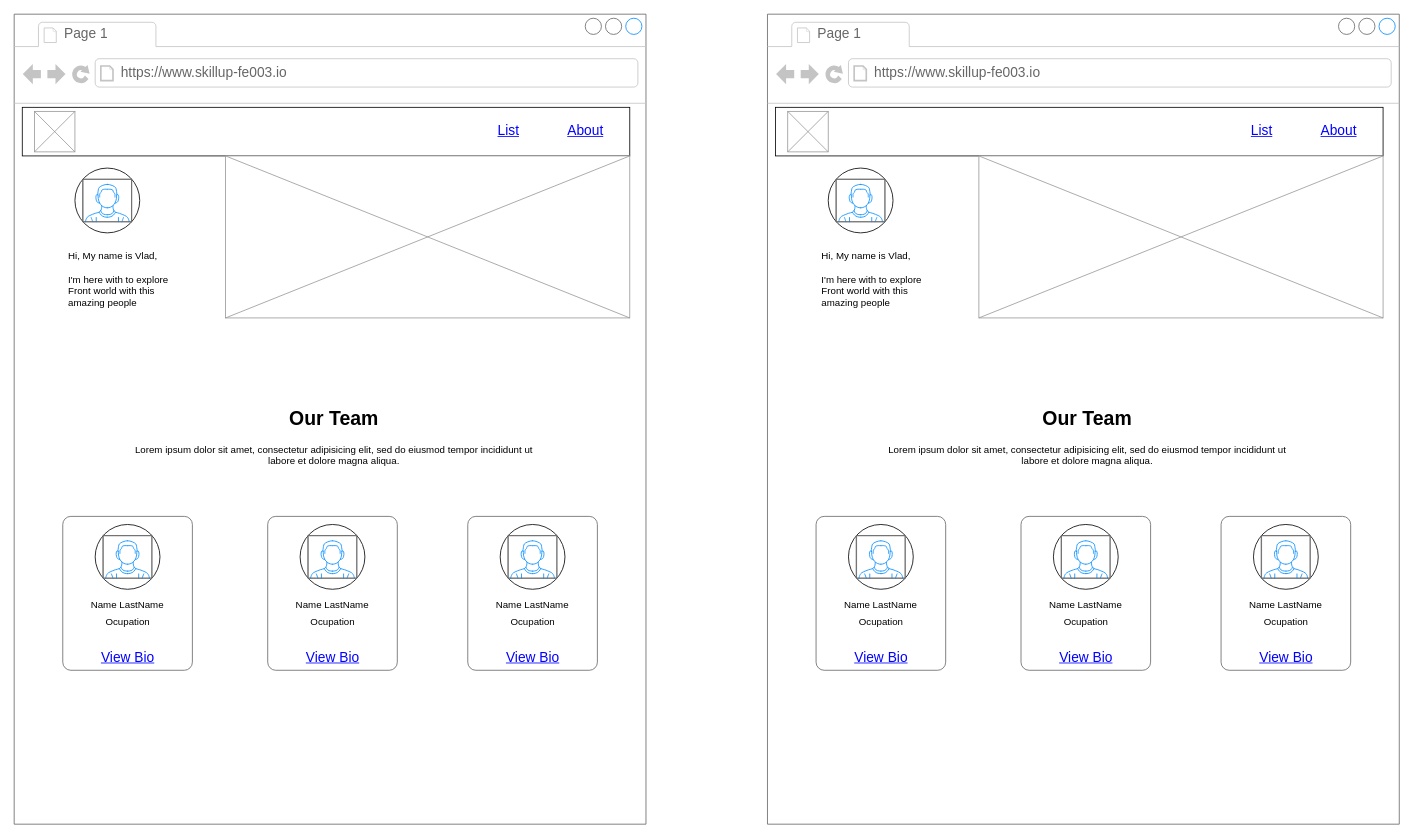
Above: Lesson-8/mock.drawio in dobrea-v/intro-fe (draw.io), before the change. Source tidied: cells renumbered, new cells numbered last; positions are measured from the earlier drawing's top-left corner, leaving out a move shared by most shapes. Both pictures are drawn from the tidied source at 81%, with x=0, y=0 at pixel (14, 14).
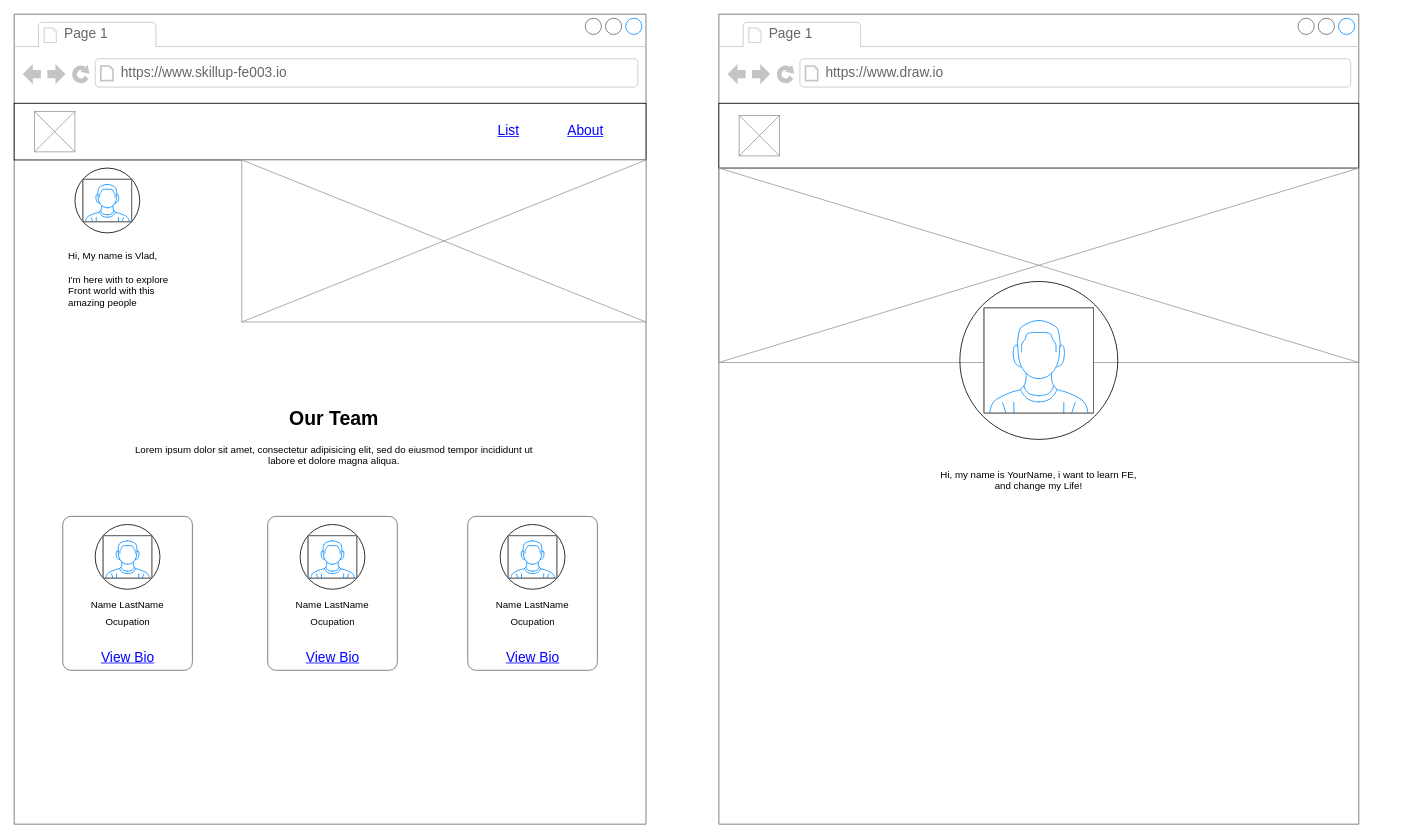
The same diagram, later.

Unchanged cells that the change refers to:
```xml
<mxCell id="2" style="strokeWidth=1;shadow=0;dashed=0;align=center;html=1;shape=mxgraph.mockup.containers.browserWindow;rSize=0;strokeColor=none;strokeColor2=#008cff;strokeColor3=#c4c4c4;mainText=,;fillColor=#ffffff;" parent="1" vertex="1">
  <mxGeometry width="780" height="1000" as="geometry" />
</mxCell>
```

Change to the diagram source:
```diff
@@
     <mxCell id="4" style="rounded=0;whiteSpace=wrap;html=1;" parent="2" vertex="1">
-      <mxGeometry x="10" y="115" width="750" height="60" as="geometry" />
+      <mxGeometry y="110" width="780" height="70" as="geometry" />
     </mxCell>
@@
     <mxCell id="7" style="verticalLabelPosition=bottom;shadow=0;dashed=0;align=center;html=1;verticalAlign=top;strokeWidth=1;shape=mxgraph.mockup.graphics.simpleIcon;strokeColor=#999999;" parent="2" vertex="1">
-      <mxGeometry x="261" y="175" width="499" height="200" as="geometry" />
+      <mxGeometry x="281" y="180" width="499" height="200" as="geometry" />
     </mxCell>
@@
-    <mxCell id="38" style="strokeWidth=1;shadow=0;dashed=0;align=center;html=1;shape=mxgraph.mockup.containers.browserWindow;rSize=0;strokeColor=none;strokeColor2=#008cff;strokeColor3=#c4c4c4;mainText=,;fillColor=#ffffff;" parent="1" vertex="1">
-      <mxGeometry x="930" width="780" height="1000" as="geometry" />
-    </mxCell>
-    <mxCell id="39" style="ellipse;whiteSpace=wrap;html=1;shadow=0;strokeColor=#000000;fillColor=#ffffff;" parent="38" vertex="1">
-      <mxGeometry x="75" y="190" width="80" height="80" as="geometry" />
-    </mxCell>
-    <mxCell id="40" style="rounded=0;whiteSpace=wrap;html=1;" parent="38" vertex="1">
-      <mxGeometry x="10" y="115" width="750" height="60" as="geometry" />
-    </mxCell>
+    <mxCell id="74" style="strokeWidth=1;shadow=0;dashed=0;align=center;html=1;shape=mxgraph.mockup.containers.browserWindow;rSize=0;strokeColor=#666666;strokeColor2=#008cff;strokeColor3=#c4c4c4;mainText=,;fillColor=none;fontColor=none;" parent="1" vertex="1">
+      <mxGeometry x="870" width="790" height="1000" as="geometry" />
+    </mxCell>
-    <mxCell id="41" value="Page 1" style="strokeWidth=1;shadow=0;dashed=0;align=center;html=1;shape=mxgraph.mockup.containers.anchor;fontSize=17;fontColor=#666666;align=left;" parent="38" vertex="1">
+    <mxCell id="41" value="Page 1" style="strokeWidth=1;shadow=0;dashed=0;align=center;html=1;shape=mxgraph.mockup.containers.anchor;fontSize=17;fontColor=#666666;align=left;" parent="74" vertex="1">
       <mxGeometry x="60" y="12" width="110" height="26" as="geometry" />
     </mxCell>
-    <mxCell id="42" value="https://www.skillup-fe003.io" style="strokeWidth=1;shadow=0;dashed=0;align=center;html=1;shape=mxgraph.mockup.containers.anchor;rSize=0;fontSize=17;fontColor=#666666;align=left;" parent="38" vertex="1">
-      <mxGeometry x="130" y="60" width="250" height="26" as="geometry" />
-    </mxCell>
-    <mxCell id="43" style="verticalLabelPosition=bottom;shadow=0;dashed=0;align=center;html=1;verticalAlign=top;strokeWidth=1;shape=mxgraph.mockup.graphics.simpleIcon;strokeColor=#999999;" parent="38" vertex="1">
-      <mxGeometry x="261" y="175" width="499" height="200" as="geometry" />
-    </mxCell>
-    <mxCell id="44" style="verticalLabelPosition=bottom;shadow=0;dashed=0;align=center;html=1;verticalAlign=top;strokeWidth=1;shape=mxgraph.mockup.graphics.simpleIcon;strokeColor=#999999;" parent="38" vertex="1">
-      <mxGeometry x="25" y="120" width="50" height="50" as="geometry" />
-    </mxCell>
-    <mxCell id="45" value="About" style="shape=rectangle;strokeColor=none;fillColor=none;linkText=;fontSize=17;fontColor=#0000ff;fontStyle=4;html=1;align=center;" parent="38" vertex="1">
-      <mxGeometry x="630" y="130" width="150" height="30" as="geometry" />
-    </mxCell>
-    <mxCell id="46" value="List" style="shape=rectangle;strokeColor=none;fillColor=none;linkText=;fontSize=17;fontColor=#0000ff;fontStyle=4;html=1;align=center;" parent="38" vertex="1">
-      <mxGeometry x="535" y="130" width="150" height="30" as="geometry" />
-    </mxCell>
-    <mxCell id="47" style="verticalLabelPosition=bottom;shadow=0;align=center;html=1;verticalAlign=top;strokeWidth=1;shape=mxgraph.mockup.containers.userMale;strokeColor2=#008cff;perimeterSpacing=0;strokeColor=none;fillColor=none;noLabel=1;fontColor=none;" parent="38" vertex="1">
-      <mxGeometry x="85" y="203.8" width="60" height="52.5" as="geometry" />
-    </mxCell>
-    <mxCell id="48" value="Hi, My name is Vlad,&lt;br&gt;&lt;br&gt;I'm here with to explore&amp;nbsp;&lt;br&gt;Front world with this amazing people" style="text;spacingTop=-5;whiteSpace=wrap;html=1;align=left;fontSize=12;fontFamily=Helvetica;fillColor=none;strokeColor=none;shadow=0;" parent="38" vertex="1">
-      <mxGeometry x="65" y="290" width="130" height="100" as="geometry" />
-    </mxCell>
-    <mxCell id="49" value="&lt;h1&gt;Our Team&lt;/h1&gt;&lt;p&gt;Lorem ipsum dolor sit amet, consectetur adipisicing elit, sed do eiusmod tempor incididunt ut labore et dolore magna aliqua.&lt;/p&gt;" style="text;html=1;strokeColor=none;fillColor=none;spacing=5;spacingTop=-20;whiteSpace=wrap;overflow=hidden;rounded=0;shadow=0;fontColor=none;align=center;" parent="38" vertex="1">
-      <mxGeometry x="140" y="480" width="510" height="100" as="geometry" />
-    </mxCell>
-    <mxCell id="50" style="group;" parent="38" vertex="1">
-      <mxGeometry x="60" y="610" width="160" height="200" as="geometry" />
-    </mxCell>
-    <mxCell id="51" style="shape=mxgraph.mockup.containers.marginRect;rectMarginTop=10;strokeColor=#666666;strokeWidth=1;dashed=0;rounded=1;arcSize=5;shadow=0;fillColor=none;fontColor=none;align=center;" parent="50" vertex="1">
-      <mxGeometry width="160" height="200" as="geometry" />
-    </mxCell>
-    <mxCell id="52" value="Name LastName" style="text;html=1;strokeColor=none;fillColor=none;align=center;verticalAlign=middle;whiteSpace=wrap;rounded=0;shadow=0;fontColor=none;" parent="51" vertex="1">
-      <mxGeometry x="21.2" y="110" width="117.5" height="20" as="geometry" />
-    </mxCell>
-    <mxCell id="53" value="Ocupation" style="text;html=1;strokeColor=none;fillColor=none;align=center;verticalAlign=middle;whiteSpace=wrap;rounded=0;shadow=0;fontColor=none;" parent="51" vertex="1">
-      <mxGeometry x="47.5" y="130" width="65" height="20" as="geometry" />
-    </mxCell>
-    <mxCell id="54" value="View Bio" style="shape=rectangle;strokeColor=none;fillColor=none;linkText=;fontSize=17;fontColor=#0000ff;fontStyle=4;html=1;align=center;shadow=0;" parent="51" vertex="1">
-      <mxGeometry x="5" y="170" width="150" height="30" as="geometry" />
-    </mxCell>
-    <mxCell id="55" style="group;" parent="51" vertex="1">
-      <mxGeometry x="40" y="20" width="80" height="80" as="geometry" />
-    </mxCell>
-    <mxCell id="56" style="ellipse;whiteSpace=wrap;html=1;shadow=0;strokeColor=#000000;fillColor=#ffffff;" parent="55" vertex="1">
-      <mxGeometry width="80" height="80" as="geometry" />
-    </mxCell>
-    <mxCell id="57" style="verticalLabelPosition=bottom;shadow=0;align=center;html=1;verticalAlign=top;strokeWidth=1;shape=mxgraph.mockup.containers.userMale;strokeColor2=#008cff;perimeterSpacing=0;strokeColor=none;fillColor=none;noLabel=1;fontColor=none;" parent="55" vertex="1">
-      <mxGeometry x="10" y="13.8" width="60" height="52.5" as="geometry" />
-    </mxCell>
-    <mxCell id="58" style="group;" parent="38" vertex="1">
-      <mxGeometry x="560" y="610" width="160" height="200" as="geometry" />
-    </mxCell>
-    <mxCell id="59" style="shape=mxgraph.mockup.containers.marginRect;rectMarginTop=10;strokeColor=#666666;strokeWidth=1;dashed=0;rounded=1;arcSize=5;shadow=0;fillColor=none;fontColor=none;align=center;" parent="58" vertex="1">
-      <mxGeometry width="160" height="200" as="geometry" />
-    </mxCell>
-    <mxCell id="60" value="Name LastName" style="text;html=1;strokeColor=none;fillColor=none;align=center;verticalAlign=middle;whiteSpace=wrap;rounded=0;shadow=0;fontColor=none;" parent="59" vertex="1">
-      <mxGeometry x="21.2" y="110" width="117.5" height="20" as="geometry" />
-    </mxCell>
-    <mxCell id="61" value="Ocupation" style="text;html=1;strokeColor=none;fillColor=none;align=center;verticalAlign=middle;whiteSpace=wrap;rounded=0;shadow=0;fontColor=none;" parent="59" vertex="1">
-      <mxGeometry x="47.5" y="130" width="65" height="20" as="geometry" />
-    </mxCell>
-    <mxCell id="62" value="View Bio" style="shape=rectangle;strokeColor=none;fillColor=none;linkText=;fontSize=17;fontColor=#0000ff;fontStyle=4;html=1;align=center;shadow=0;" parent="59" vertex="1">
-      <mxGeometry x="5" y="170" width="150" height="30" as="geometry" />
-    </mxCell>
-    <mxCell id="63" style="group;" parent="59" vertex="1">
-      <mxGeometry x="40" y="20" width="80" height="80" as="geometry" />
-    </mxCell>
-    <mxCell id="64" style="ellipse;whiteSpace=wrap;html=1;shadow=0;strokeColor=#000000;fillColor=#ffffff;" parent="63" vertex="1">
-      <mxGeometry width="80" height="80" as="geometry" />
-    </mxCell>
-    <mxCell id="65" style="verticalLabelPosition=bottom;shadow=0;align=center;html=1;verticalAlign=top;strokeWidth=1;shape=mxgraph.mockup.containers.userMale;strokeColor2=#008cff;perimeterSpacing=0;strokeColor=none;fillColor=none;noLabel=1;fontColor=none;" parent="63" vertex="1">
-      <mxGeometry x="10" y="13.8" width="60" height="52.5" as="geometry" />
-    </mxCell>
-    <mxCell id="66" style="group;" parent="38" vertex="1">
-      <mxGeometry x="313" y="610" width="160" height="200" as="geometry" />
-    </mxCell>
-    <mxCell id="67" style="shape=mxgraph.mockup.containers.marginRect;rectMarginTop=10;strokeColor=#666666;strokeWidth=1;dashed=0;rounded=1;arcSize=5;shadow=0;fillColor=none;fontColor=none;align=center;" parent="66" vertex="1">
-      <mxGeometry width="160" height="200" as="geometry" />
-    </mxCell>
-    <mxCell id="68" value="Name LastName" style="text;html=1;strokeColor=none;fillColor=none;align=center;verticalAlign=middle;whiteSpace=wrap;rounded=0;shadow=0;fontColor=none;" parent="67" vertex="1">
-      <mxGeometry x="21.2" y="110" width="117.5" height="20" as="geometry" />
-    </mxCell>
-    <mxCell id="69" value="Ocupation" style="text;html=1;strokeColor=none;fillColor=none;align=center;verticalAlign=middle;whiteSpace=wrap;rounded=0;shadow=0;fontColor=none;" parent="67" vertex="1">
-      <mxGeometry x="47.5" y="130" width="65" height="20" as="geometry" />
-    </mxCell>
-    <mxCell id="70" value="View Bio" style="shape=rectangle;strokeColor=none;fillColor=none;linkText=;fontSize=17;fontColor=#0000ff;fontStyle=4;html=1;align=center;shadow=0;" parent="67" vertex="1">
-      <mxGeometry x="5" y="170" width="150" height="30" as="geometry" />
-    </mxCell>
-    <mxCell id="71" style="group;" parent="67" vertex="1">
-      <mxGeometry x="40" y="20" width="80" height="80" as="geometry" />
-    </mxCell>
-    <mxCell id="72" style="ellipse;whiteSpace=wrap;html=1;shadow=0;strokeColor=#000000;fillColor=#ffffff;" parent="71" vertex="1">
-      <mxGeometry width="80" height="80" as="geometry" />
-    </mxCell>
-    <mxCell id="73" style="verticalLabelPosition=bottom;shadow=0;align=center;html=1;verticalAlign=top;strokeWidth=1;shape=mxgraph.mockup.containers.userMale;strokeColor2=#008cff;perimeterSpacing=0;strokeColor=none;fillColor=none;noLabel=1;fontColor=none;" parent="71" vertex="1">
-      <mxGeometry x="10" y="13.8" width="60" height="52.5" as="geometry" />
-    </mxCell>
+    <mxCell id="75" value="https://www.draw.io" style="strokeWidth=1;shadow=0;dashed=0;align=center;html=1;shape=mxgraph.mockup.containers.anchor;rSize=0;fontSize=17;fontColor=#666666;align=left;" parent="74" vertex="1">
+      <mxGeometry x="130" y="60" width="250" height="26" as="geometry" />
+    </mxCell>
+    <mxCell id="76" style="rounded=0;whiteSpace=wrap;html=1;" parent="74" vertex="1">
+      <mxGeometry y="110" width="790" height="80" as="geometry" />
+    </mxCell>
+    <mxCell id="77" style="verticalLabelPosition=bottom;shadow=0;dashed=0;align=center;html=1;verticalAlign=top;strokeWidth=1;shape=mxgraph.mockup.graphics.simpleIcon;strokeColor=#999999;" parent="74" vertex="1">
+      <mxGeometry x="25" y="125" width="50" height="50" as="geometry" />
+    </mxCell>
+    <mxCell id="78" style="verticalLabelPosition=bottom;shadow=0;dashed=0;align=center;html=1;verticalAlign=top;strokeWidth=1;shape=mxgraph.mockup.graphics.simpleIcon;strokeColor=#999999;fillColor=none;fontColor=none;" parent="74" vertex="1">
+      <mxGeometry y="190" width="790" height="240" as="geometry" />
+    </mxCell>
+    <mxCell id="79" style="ellipse;whiteSpace=wrap;html=1;shadow=0;strokeColor=#000000;fillColor=none;fontColor=none;align=center;" parent="74" vertex="1">
+      <mxGeometry x="297.5" y="330" width="195" height="195" as="geometry" />
+    </mxCell>
+    <mxCell id="80" style="verticalLabelPosition=bottom;shadow=0;dashed=0;align=center;html=1;verticalAlign=top;strokeWidth=1;shape=mxgraph.mockup.containers.userMale;strokeColor=#666666;strokeColor2=#008cff;fillColor=none;fontColor=none;" parent="74" vertex="1">
+      <mxGeometry x="327.5" y="362.5" width="135" height="130" as="geometry" />
+    </mxCell>
+    <mxCell id="81" value="Hi, my name is YourName, i want to learn FE, and change my Life!" style="text;spacingTop=-5;whiteSpace=wrap;html=1;align=center;fontSize=12;fontFamily=Helvetica;fillColor=none;strokeColor=none;shadow=0;" parent="74" vertex="1">
+      <mxGeometry x="270" y="560" width="250" height="40" as="geometry" />
+    </mxCell>
```
